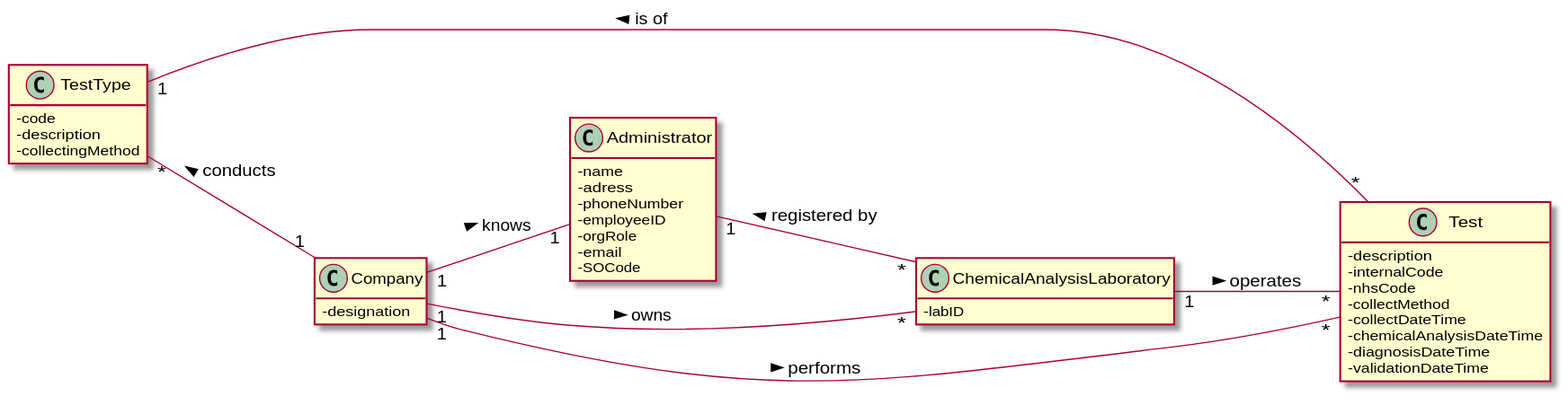
Before: docs/SprintB/US08/US8_MD.svg, a diagram exported from PlantUML (0franciscor/lei-21-s2-1de-g19).
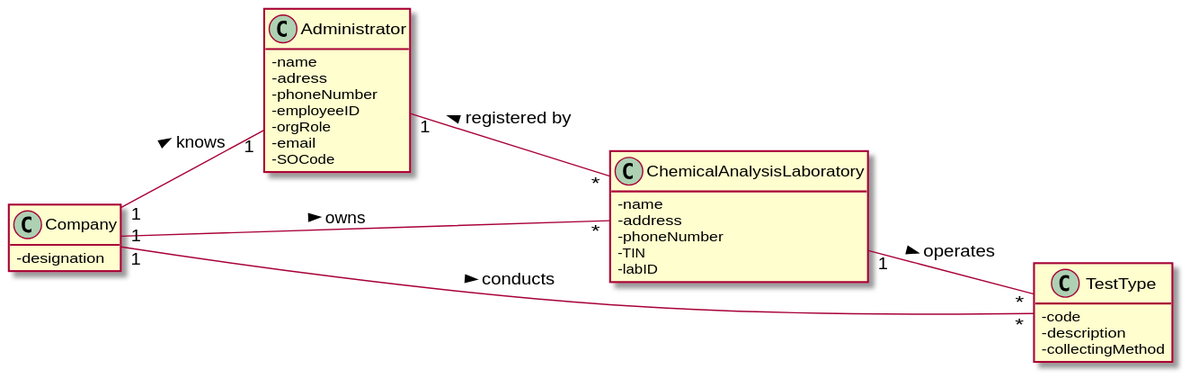
The same diagram one commit later.

What changed in the source:
```diff
@@ -4,15 +4,11 @@
 
 
 Administrator "1" -- "*" ChemicalAnalysisLaboratory : < registered by
-ChemicalAnalysisLaboratory "1" -- "*" Test : > operates
+ChemicalAnalysisLaboratory "1" -- "*" TestType : > operates
 
-Company "1" -- "*" Test : > performs
+Company "1" -- "1" Administrator : > knows
 Company "1" -- "*" ChemicalAnalysisLaboratory : > owns
-Company "1" -- "1" Administrator : > knows
-
-TestType "*" -- "1" Company : < conducts
-TestType "1" -- "*" Test: < is of
-
+Company "1" -- "*" TestType : > conducts
 
 skinparam classAttributeIconSize 0
 
@@ -32,6 +28,10 @@
 }
 
 class ChemicalAnalysisLaboratory{
+-name
+-address
+-phoneNumber
+-TIN
 -labID
 }
 
@@ -40,15 +40,4 @@
 -description
 -collectingMethod
 }
-
-class Test{
--description
--internalCode
--nhsCode
--collectMethod
--collectDateTime
--chemicalAnalysisDateTime
--diagnosisDateTime
--validationDateTime
-}
 @enduml
```
